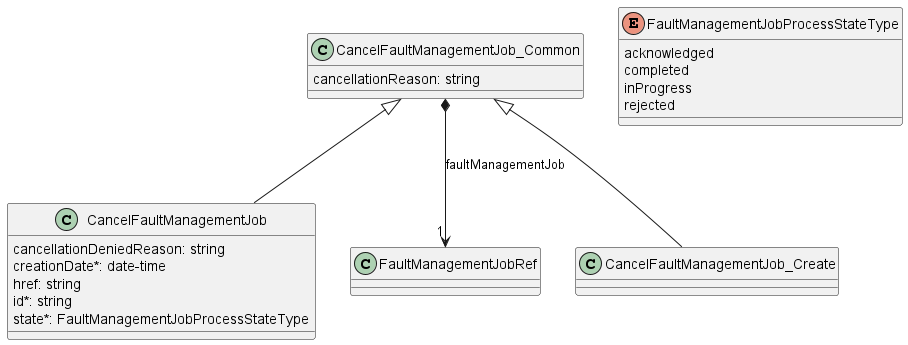
MEF-GIT/MEF-LSO-Legato-SDK keeps this PlantUML diagram as documentation/serviceApi/fm/media/cancelFaultManagementJobModel.png. Above is the earlier version.
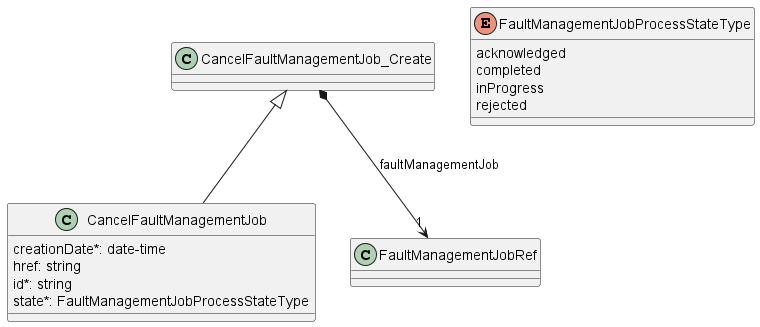
Later version of the same file.

Diff of the diagram source:
```diff
@@ -2,27 +2,21 @@
 
 class CancelFaultManagementJob {
 
-    cancellationDeniedReason: string
     creationDate*: date-time
     href: string
     id*: string
     state*: FaultManagementJobProcessStateType
 }
-CancelFaultManagementJob_Common <|-- CancelFaultManagementJob
+CancelFaultManagementJob_Create <|-- CancelFaultManagementJob
 
-
-
-class CancelFaultManagementJob_Common {
-    cancellationReason: string
-}
-
-CancelFaultManagementJob_Common *-->"1" FaultManagementJobRef : faultManagementJob
 
 
 class CancelFaultManagementJob_Create {
 
 }
-CancelFaultManagementJob_Common <|-- CancelFaultManagementJob_Create
+
+CancelFaultManagementJob_Create *-->"1" FaultManagementJobRef : faultManagementJob
+
 
 enum FaultManagementJobProcessStateType {
     acknowledged
```
